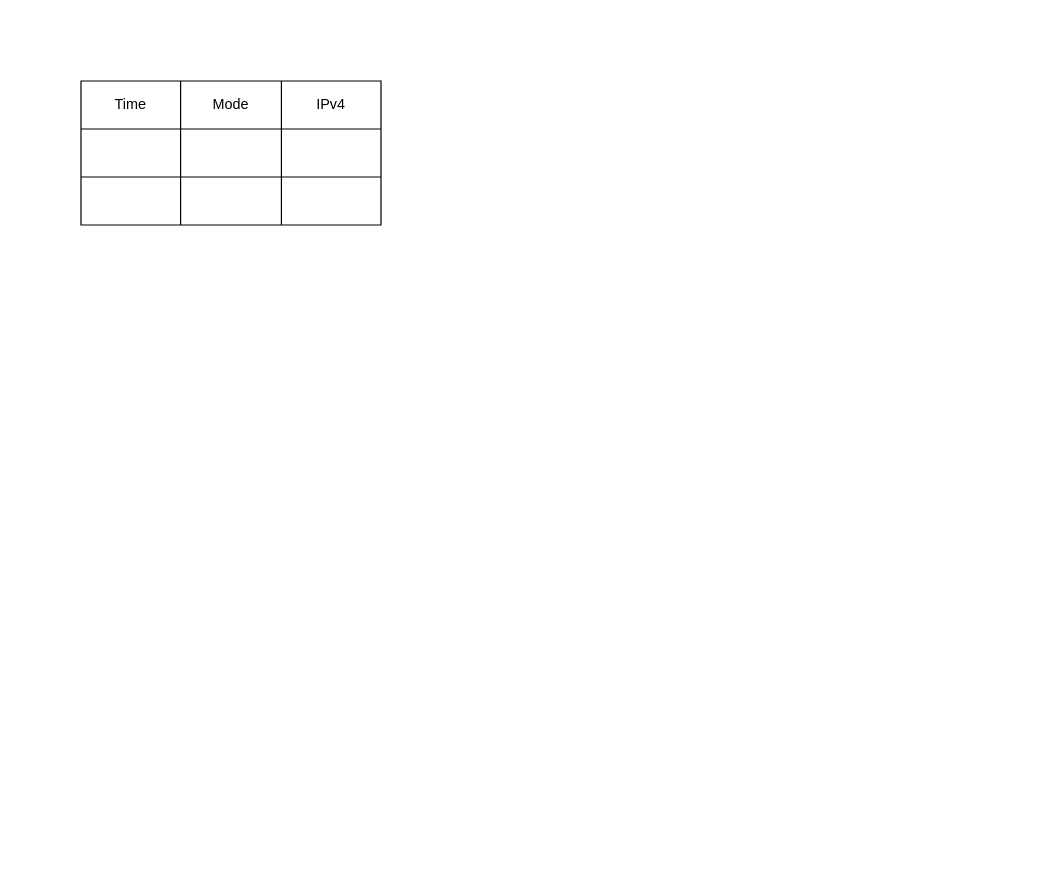
This is Untitled Diagram.drawio from GalteXx/Randomizer, a draw.io file, before an edit. Source tidied: cells renumbered, new cells numbered last; positions are measured from the earlier drawing's top-left corner, leaving out a move shared by most shapes. Both pictures are drawn from the tidied source at 120%, with x=0, y=0 at pixel (80, 80).
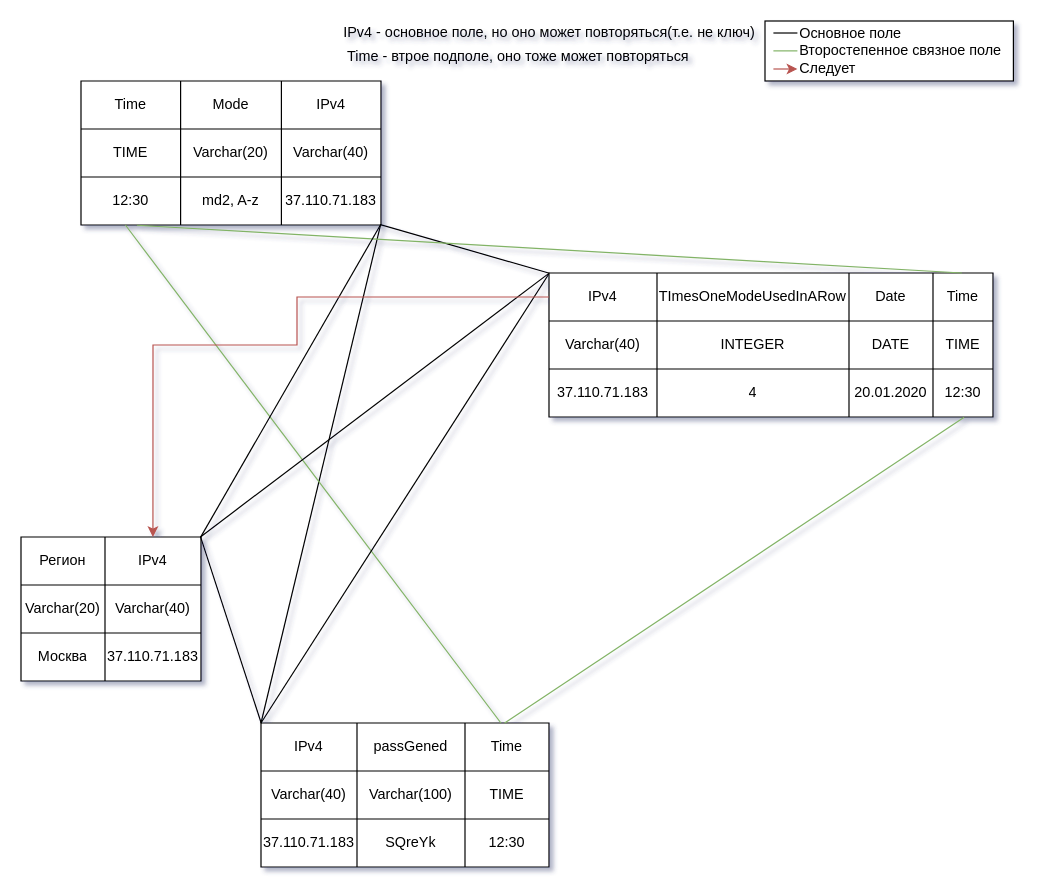
Above is the later version.

Unchanged cells that the change refers to:
```xml
<mxCell id="7" style="shape=partialRectangle;html=1;whiteSpace=wrap;fillColor=none;top=0;left=0;bottom=0;right=0;" parent="2" vertex="1">
  <mxGeometry y="40" width="250" height="40" as="geometry" />
</mxCell>
<mxCell id="11" style="shape=partialRectangle;html=1;whiteSpace=wrap;fillColor=none;top=0;left=0;bottom=0;right=0;points=[[0,0.5],[1,0.5]];portConstraint=eastwest;" parent="2" vertex="1">
  <mxGeometry y="80" width="250" height="40" as="geometry" />
</mxCell>
```

Diff of the diagram source:
```diff
@@
-<mxGraphModel>
+<mxGraphModel shadow="1">
@@
+    <mxCell id="15" style="rounded=0;whiteSpace=wrap;html=1;" parent="1" vertex="1">
+      <mxGeometry x="570" y="-50" width="207" height="50" as="geometry" />
+    </mxCell>
@@
-    <mxCell id="8" style="shape=partialRectangle;html=1;whiteSpace=wrap;fillColor=none;top=0;left=0;bottom=0;right=0;overflow=hidden;" parent="7" vertex="1">
+    <mxCell id="8" value="TIME" style="shape=partialRectangle;html=1;whiteSpace=wrap;fillColor=none;top=0;left=0;bottom=0;right=0;overflow=hidden;" parent="7" vertex="1">
       <mxGeometry width="83" height="40" as="geometry" />
     </mxCell>
-    <mxCell id="9" style="shape=partialRectangle;html=1;whiteSpace=wrap;fillColor=none;top=0;left=0;bottom=0;right=0;overflow=hidden;" parent="7" vertex="1">
+    <mxCell id="9" value="Varchar(20)" style="shape=partialRectangle;html=1;whiteSpace=wrap;fillColor=none;top=0;left=0;bottom=0;right=0;overflow=hidden;" parent="7" vertex="1">
       <mxGeometry x="83" width="84" height="40" as="geometry" />
     </mxCell>
-    <mxCell id="10" style="shape=partialRectangle;html=1;whiteSpace=wrap;fillColor=none;top=0;left=0;bottom=0;right=0;overflow=hidden;" parent="7" vertex="1">
+    <mxCell id="10" value="Varchar(40)" style="shape=partialRectangle;html=1;whiteSpace=wrap;fillColor=none;top=0;left=0;bottom=0;right=0;overflow=hidden;" parent="7" vertex="1">
       <mxGeometry x="167" width="83" height="40" as="geometry" />
     </mxCell>
@@
-    <mxCell id="12" style="shape=partialRectangle;html=1;whiteSpace=wrap;fillColor=none;top=0;left=0;bottom=0;right=0;overflow=hidden;" parent="11" vertex="1">
+    <mxCell id="12" value="12:30" style="shape=partialRectangle;html=1;whiteSpace=wrap;fillColor=none;top=0;left=0;bottom=0;right=0;overflow=hidden;" parent="11" vertex="1">
       <mxGeometry width="83" height="40" as="geometry" />
     </mxCell>
-    <mxCell id="13" style="shape=partialRectangle;html=1;whiteSpace=wrap;fillColor=none;top=0;left=0;bottom=0;right=0;overflow=hidden;" parent="11" vertex="1">
+    <mxCell id="13" value="md2, A-z" style="shape=partialRectangle;html=1;whiteSpace=wrap;fillColor=none;top=0;left=0;bottom=0;right=0;overflow=hidden;" parent="11" vertex="1">
       <mxGeometry x="83" width="84" height="40" as="geometry" />
     </mxCell>
-    <mxCell id="14" style="shape=partialRectangle;html=1;whiteSpace=wrap;fillColor=none;top=0;left=0;bottom=0;right=0;overflow=hidden;" parent="11" vertex="1">
+    <mxCell id="14" value="37.110.71.183" style="shape=partialRectangle;html=1;whiteSpace=wrap;fillColor=none;top=0;left=0;bottom=0;right=0;overflow=hidden;" parent="11" vertex="1">
       <mxGeometry x="167" width="83" height="40" as="geometry" />
     </mxCell>
+    <mxCell id="16" style="shape=table;html=1;whiteSpace=wrap;startSize=0;childLayout=tableLayout;" parent="1" vertex="1">
+      <mxGeometry x="150" y="535" width="240" height="120" as="geometry" />
+    </mxCell>
+    <mxCell id="17" style="shape=partialRectangle;html=1;whiteSpace=wrap;fillColor=none;top=0;left=0;bottom=0;right=0;points=[[0,0.5],[1,0.5]];portConstraint=eastwest;" parent="16" vertex="1">
+      <mxGeometry width="240" height="40" as="geometry" />
+    </mxCell>
+    <mxCell id="18" value="IPv4" style="shape=partialRectangle;html=1;whiteSpace=wrap;fillColor=none;top=0;left=0;bottom=0;right=0;overflow=hidden;" parent="17" vertex="1">
+      <mxGeometry width="80" height="40" as="geometry" />
+    </mxCell>
+    <mxCell id="19" value="passGened" style="shape=partialRectangle;html=1;whiteSpace=wrap;fillColor=none;top=0;left=0;bottom=0;right=0;overflow=hidden;" parent="17" vertex="1">
+      <mxGeometry x="80" width="90" height="40" as="geometry" />
+    </mxCell>
+    <mxCell id="20" value="Time" style="shape=partialRectangle;html=1;whiteSpace=wrap;fillColor=none;top=0;left=0;bottom=0;right=0;overflow=hidden;" parent="17" vertex="1">
+      <mxGeometry x="170" width="70" height="40" as="geometry" />
+    </mxCell>
+    <mxCell id="21" style="shape=partialRectangle;html=1;whiteSpace=wrap;fillColor=none;top=0;left=0;bottom=0;right=0;" parent="16" vertex="1">
+      <mxGeometry y="40" width="240" height="40" as="geometry" />
+    </mxCell>
+    <mxCell id="22" value="&lt;span&gt;Varchar(40)&lt;/span&gt;" style="shape=partialRectangle;html=1;whiteSpace=wrap;fillColor=none;top=0;left=0;bottom=0;right=0;overflow=hidden;" parent="21" vertex="1">
+      <mxGeometry width="80" height="40" as="geometry" />
+    </mxCell>
+    <mxCell id="23" value="Varchar(100)" style="shape=partialRectangle;html=1;whiteSpace=wrap;fillColor=none;top=0;left=0;bottom=0;right=0;overflow=hidden;" parent="21" vertex="1">
+      <mxGeometry x="80" width="90" height="40" as="geometry" />
+    </mxCell>
+    <mxCell id="24" value="&lt;span&gt;TIME&lt;/span&gt;" style="shape=partialRectangle;html=1;whiteSpace=wrap;fillColor=none;top=0;left=0;bottom=0;right=0;overflow=hidden;" parent="21" vertex="1">
+      <mxGeometry x="170" width="70" height="40" as="geometry" />
+    </mxCell>
+    <mxCell id="25" style="shape=partialRectangle;html=1;whiteSpace=wrap;fillColor=none;top=0;left=0;bottom=0;right=0;" parent="16" vertex="1">
+      <mxGeometry y="80" width="240" height="40" as="geometry" />
+    </mxCell>
+    <mxCell id="26" value="37.110.71.183" style="shape=partialRectangle;html=1;whiteSpace=wrap;fillColor=none;top=0;left=0;bottom=0;right=0;overflow=hidden;" parent="25" vertex="1">
+      <mxGeometry width="80" height="40" as="geometry" />
+    </mxCell>
+    <mxCell id="27" value="SQreYk" style="shape=partialRectangle;html=1;whiteSpace=wrap;fillColor=none;top=0;left=0;bottom=0;right=0;overflow=hidden;" parent="25" vertex="1">
+      <mxGeometry x="80" width="90" height="40" as="geometry" />
+    </mxCell>
+    <mxCell id="28" value="12:30" style="shape=partialRectangle;html=1;whiteSpace=wrap;fillColor=none;top=0;left=0;bottom=0;right=0;overflow=hidden;" parent="25" vertex="1">
+      <mxGeometry x="170" width="70" height="40" as="geometry" />
+    </mxCell>
+    <mxCell id="29" style="endArrow=none;html=1;exitX=0;exitY=0;exitDx=0;exitDy=0;entryX=0.999;entryY=0.987;entryDx=0;entryDy=0;entryPerimeter=0;" parent="1" edge="1" source="16" target="11">
+      <mxGeometry relative="1" as="geometry" />
+    </mxCell>
+    <mxCell id="30" style="endArrow=none;html=1;exitX=0.833;exitY=0;exitDx=0;exitDy=0;exitPerimeter=0;entryX=0.148;entryY=1;entryDx=0;entryDy=0;entryPerimeter=0;fillColor=#d5e8d4;strokeColor=#82b366;" parent="1" edge="1" source="17" target="11">
+      <mxGeometry relative="1" as="geometry" />
+    </mxCell>
+    <mxCell id="31" style="endArrow=none;html=1;entryX=0.001;entryY=0.001;entryDx=0;entryDy=0;entryPerimeter=0;" parent="1" edge="1" target="35">
+      <mxGeometry relative="1" as="geometry">
+        <mxPoint x="150" y="535" as="sourcePoint" />
+      </mxGeometry>
+    </mxCell>
+    <mxCell id="32" value="IPv4 - основное поле, но оно может повторяться(т.е. не ключ)" style="text;html=1;align=center;verticalAlign=middle;fillColor=none;strokeColor=none;rounded=0;" parent="1" vertex="1">
+      <mxGeometry x="210" y="-50" width="360" height="20" as="geometry" />
+    </mxCell>
+    <mxCell id="33" style="endArrow=none;html=1;entryX=0.998;entryY=0.993;entryDx=0;entryDy=0;entryPerimeter=0;exitX=0.001;exitY=0.005;exitDx=0;exitDy=0;exitPerimeter=0;" parent="1" edge="1" source="35" target="11">
+      <mxGeometry relative="1" as="geometry" />
+    </mxCell>
+    <mxCell id="34" style="shape=table;html=1;whiteSpace=wrap;startSize=0;childLayout=tableLayout;" parent="1" vertex="1">
+      <mxGeometry x="390" y="160" width="370" height="120" as="geometry" />
+    </mxCell>
+    <mxCell id="35" style="shape=partialRectangle;html=1;whiteSpace=wrap;fillColor=none;top=0;left=0;bottom=0;right=0;points=[[0,0.5],[1,0.5]];portConstraint=eastwest;" parent="34" vertex="1">
+      <mxGeometry width="370" height="40" as="geometry" />
+    </mxCell>
+    <mxCell id="36" value="IPv4" style="shape=partialRectangle;html=1;whiteSpace=wrap;overflow=hidden;fillColor=none;top=0;left=0;bottom=0;right=0;" parent="35" vertex="1">
+      <mxGeometry width="90" height="40" as="geometry" />
+    </mxCell>
+    <mxCell id="37" value="&lt;span&gt;TImesOneModeUsedInARow&lt;/span&gt;" style="shape=partialRectangle;html=1;whiteSpace=wrap;overflow=hidden;fillColor=none;top=0;left=0;bottom=0;right=0;" parent="35" vertex="1">
+      <mxGeometry x="90" width="160" height="40" as="geometry" />
+    </mxCell>
+    <mxCell id="38" value="&lt;span&gt;Date&lt;/span&gt;" style="shape=partialRectangle;html=1;whiteSpace=wrap;overflow=hidden;fillColor=none;top=0;left=0;bottom=0;right=0;" parent="35" vertex="1">
+      <mxGeometry x="250" width="70" height="40" as="geometry" />
+    </mxCell>
+    <mxCell id="39" value="Time" style="shape=partialRectangle;html=1;whiteSpace=wrap;overflow=hidden;fillColor=none;top=0;left=0;bottom=0;right=0;" parent="35" vertex="1">
+      <mxGeometry x="320" width="50" height="40" as="geometry" />
+    </mxCell>
+    <mxCell id="40" style="shape=partialRectangle;html=1;whiteSpace=wrap;fillColor=none;top=0;left=0;bottom=0;right=0;" parent="34" vertex="1">
+      <mxGeometry y="40" width="370" height="40" as="geometry" />
+    </mxCell>
+    <mxCell id="41" value="&lt;span&gt;Varchar(40)&lt;/span&gt;" style="shape=partialRectangle;html=1;whiteSpace=wrap;overflow=hidden;fillColor=none;top=0;left=0;bottom=0;right=0;" parent="40" vertex="1">
+      <mxGeometry width="90" height="40" as="geometry" />
+    </mxCell>
+    <mxCell id="42" value="&lt;span&gt;INTEGER&lt;/span&gt;" style="shape=partialRectangle;html=1;whiteSpace=wrap;overflow=hidden;fillColor=none;top=0;left=0;bottom=0;right=0;" parent="40" vertex="1">
+      <mxGeometry x="90" width="160" height="40" as="geometry" />
+    </mxCell>
+    <mxCell id="43" value="&lt;span&gt;DATE&lt;/span&gt;" style="shape=partialRectangle;html=1;whiteSpace=wrap;overflow=hidden;fillColor=none;top=0;left=0;bottom=0;right=0;" parent="40" vertex="1">
+      <mxGeometry x="250" width="70" height="40" as="geometry" />
+    </mxCell>
+    <mxCell id="44" value="TIME" style="shape=partialRectangle;html=1;whiteSpace=wrap;overflow=hidden;fillColor=none;top=0;left=0;bottom=0;right=0;" parent="40" vertex="1">
+      <mxGeometry x="320" width="50" height="40" as="geometry" />
+    </mxCell>
+    <mxCell id="45" style="shape=partialRectangle;html=1;whiteSpace=wrap;fillColor=none;top=0;left=0;bottom=0;right=0;points=[[0,0.5],[1,0.5]];portConstraint=eastwest;" parent="34" vertex="1">
+      <mxGeometry y="80" width="370" height="40" as="geometry" />
+    </mxCell>
+    <mxCell id="46" value="&lt;span&gt;37.110.71.183&lt;/span&gt;" style="shape=partialRectangle;html=1;whiteSpace=wrap;overflow=hidden;fillColor=none;top=0;left=0;bottom=0;right=0;" parent="45" vertex="1">
+      <mxGeometry width="90" height="40" as="geometry" />
+    </mxCell>
+    <mxCell id="47" value="4" style="shape=partialRectangle;html=1;whiteSpace=wrap;overflow=hidden;fillColor=none;top=0;left=0;bottom=0;right=0;" parent="45" vertex="1">
+      <mxGeometry x="90" width="160" height="40" as="geometry" />
+    </mxCell>
+    <mxCell id="48" value="20.01.2020" style="shape=partialRectangle;html=1;whiteSpace=wrap;overflow=hidden;fillColor=none;top=0;left=0;bottom=0;right=0;" parent="45" vertex="1">
+      <mxGeometry x="250" width="70" height="40" as="geometry" />
+    </mxCell>
+    <mxCell id="49" value="12:30" style="shape=partialRectangle;html=1;whiteSpace=wrap;overflow=hidden;fillColor=none;top=0;left=0;bottom=0;right=0;" parent="45" vertex="1">
+      <mxGeometry x="320" width="50" height="40" as="geometry" />
+    </mxCell>
+    <mxCell id="50" style="endArrow=none;html=1;exitX=0.846;exitY=0;exitDx=0;exitDy=0;exitPerimeter=0;fillColor=#d5e8d4;strokeColor=#82b366;entryX=0.935;entryY=1.005;entryDx=0;entryDy=0;entryPerimeter=0;" parent="1" edge="1" source="17" target="45">
+      <mxGeometry relative="1" as="geometry" />
+    </mxCell>
+    <mxCell id="51" style="endArrow=none;html=1;entryX=0.93;entryY=0;entryDx=0;entryDy=0;entryPerimeter=0;fillColor=#d5e8d4;strokeColor=#82b366;exitX=0.186;exitY=1.005;exitDx=0;exitDy=0;exitPerimeter=0;" parent="1" edge="1" source="11" target="35">
+      <mxGeometry relative="1" as="geometry" />
+    </mxCell>
+    <mxCell id="52" value="Time - втрое подполе, оно тоже&amp;nbsp;может повторяться" style="text;html=1;align=center;verticalAlign=middle;fillColor=none;strokeColor=none;rounded=0;" parent="1" vertex="1">
+      <mxGeometry x="214" y="-30" width="300" height="20" as="geometry" />
+    </mxCell>
+    <mxCell id="53" style="shape=table;html=1;whiteSpace=wrap;startSize=0;childLayout=tableLayout;" parent="1" vertex="1">
+      <mxGeometry x="-50" y="380" width="150" height="120" as="geometry" />
+    </mxCell>
+    <mxCell id="54" style="shape=partialRectangle;html=1;whiteSpace=wrap;fillColor=none;top=0;left=0;bottom=0;right=0;points=[[0,0.5],[1,0.5]];portConstraint=eastwest;" parent="53" vertex="1">
+      <mxGeometry width="150" height="40" as="geometry" />
+    </mxCell>
+    <mxCell id="55" value="Регион" style="shape=partialRectangle;html=1;whiteSpace=wrap;overflow=hidden;fillColor=none;top=0;left=0;bottom=0;right=0;" parent="54" vertex="1">
+      <mxGeometry width="70" height="40" as="geometry" />
+    </mxCell>
+    <mxCell id="56" value="IPv4" style="shape=partialRectangle;html=1;whiteSpace=wrap;overflow=hidden;fillColor=none;top=0;left=0;bottom=0;right=0;" parent="54" vertex="1">
+      <mxGeometry x="70" width="80" height="40" as="geometry" />
+    </mxCell>
+    <mxCell id="57" style="shape=partialRectangle;html=1;whiteSpace=wrap;fillColor=none;top=0;left=0;bottom=0;right=0;" parent="53" vertex="1">
+      <mxGeometry y="40" width="150" height="40" as="geometry" />
+    </mxCell>
+    <mxCell id="58" value="&lt;span&gt;Varchar(20)&lt;/span&gt;" style="shape=partialRectangle;html=1;whiteSpace=wrap;overflow=hidden;fillColor=none;top=0;left=0;bottom=0;right=0;" parent="57" vertex="1">
+      <mxGeometry width="70" height="40" as="geometry" />
+    </mxCell>
+    <mxCell id="59" value="&lt;span&gt;Varchar(40)&lt;/span&gt;" style="shape=partialRectangle;html=1;whiteSpace=wrap;overflow=hidden;fillColor=none;top=0;left=0;bottom=0;right=0;" parent="57" vertex="1">
+      <mxGeometry x="70" width="80" height="40" as="geometry" />
+    </mxCell>
+    <mxCell id="60" style="shape=partialRectangle;html=1;whiteSpace=wrap;fillColor=none;top=0;left=0;bottom=0;right=0;" parent="53" vertex="1">
+      <mxGeometry y="80" width="150" height="40" as="geometry" />
+    </mxCell>
+    <mxCell id="61" value="Москва" style="shape=partialRectangle;html=1;whiteSpace=wrap;overflow=hidden;fillColor=none;top=0;left=0;bottom=0;right=0;" parent="60" vertex="1">
+      <mxGeometry width="70" height="40" as="geometry" />
+    </mxCell>
+    <mxCell id="62" value="&lt;span&gt;37.110.71.183&lt;/span&gt;" style="shape=partialRectangle;html=1;whiteSpace=wrap;overflow=hidden;fillColor=none;top=0;left=0;bottom=0;right=0;" parent="60" vertex="1">
+      <mxGeometry x="70" width="80" height="40" as="geometry" />
+    </mxCell>
+    <mxCell id="63" style="endArrow=none;html=1;exitX=0.998;exitY=0.003;exitDx=0;exitDy=0;exitPerimeter=0;entryX=0.998;entryY=1;entryDx=0;entryDy=0;entryPerimeter=0;" parent="1" edge="1" source="54" target="11">
+      <mxGeometry relative="1" as="geometry" />
+    </mxCell>
+    <mxCell id="64" style="endArrow=none;html=1;exitX=0.997;exitY=-0.002;exitDx=0;exitDy=0;exitPerimeter=0;entryX=-0.001;entryY=0.013;entryDx=0;entryDy=0;entryPerimeter=0;" parent="1" edge="1" source="54" target="35">
+      <mxGeometry relative="1" as="geometry" />
+    </mxCell>
+    <mxCell id="65" style="endArrow=none;html=1;exitX=0.997;exitY=-0.008;exitDx=0;exitDy=0;entryX=0.001;entryY=0.006;entryDx=0;entryDy=0;entryPerimeter=0;exitPerimeter=0;" parent="1" edge="1" source="54" target="17">
+      <mxGeometry relative="1" as="geometry" />
+    </mxCell>
+    <mxCell id="66" style="edgeStyle=orthogonalEdgeStyle;rounded=0;jettySize=auto;html=1;exitX=0;exitY=0.5;exitDx=0;exitDy=0;entryX=0.733;entryY=0;entryDx=0;entryDy=0;entryPerimeter=0;fillColor=#f8cecc;strokeColor=#b85450;" parent="1" edge="1" source="35" target="54">
+      <mxGeometry relative="1" as="geometry">
+        <Array as="points">
+          <mxPoint x="180" y="180" />
+          <mxPoint x="180" y="220" />
+          <mxPoint x="60" y="220" />
+        </Array>
+      </mxGeometry>
+    </mxCell>
+    <mxCell id="67" style="endArrow=none;html=1;" parent="1" edge="1">
+      <mxGeometry relative="1" as="geometry">
+        <mxPoint x="577" y="-40" as="sourcePoint" />
+        <mxPoint x="597" y="-40" as="targetPoint" />
+        <Array as="points">
+          <mxPoint x="587" y="-40" />
+        </Array>
+      </mxGeometry>
+    </mxCell>
+    <mxCell id="68" value="Основное поле&lt;br&gt;&lt;div&gt;&lt;span&gt;Второстепенное связное поле&lt;/span&gt;&lt;/div&gt;Следует" style="text;html=1;align=left;verticalAlign=middle;fillColor=none;strokeColor=none;rounded=0;" parent="1" vertex="1">
+      <mxGeometry x="597" y="-50" width="180" height="50" as="geometry" />
+    </mxCell>
+    <mxCell id="69" style="endArrow=none;html=1;fillColor=#d5e8d4;strokeColor=#82b366;" parent="1" edge="1">
+      <mxGeometry relative="1" as="geometry">
+        <mxPoint x="577" y="-25.1" as="sourcePoint" />
+        <mxPoint x="597" y="-25.1" as="targetPoint" />
+      </mxGeometry>
+    </mxCell>
+    <mxCell id="70" style="endArrow=classic;html=1;fillColor=#f8cecc;strokeColor=#b85450;" parent="1" edge="1">
+      <mxGeometry relative="1" as="geometry">
+        <mxPoint x="577" y="-10" as="sourcePoint" />
+        <mxPoint x="597" y="-10" as="targetPoint" />
+      </mxGeometry>
+    </mxCell>
```
